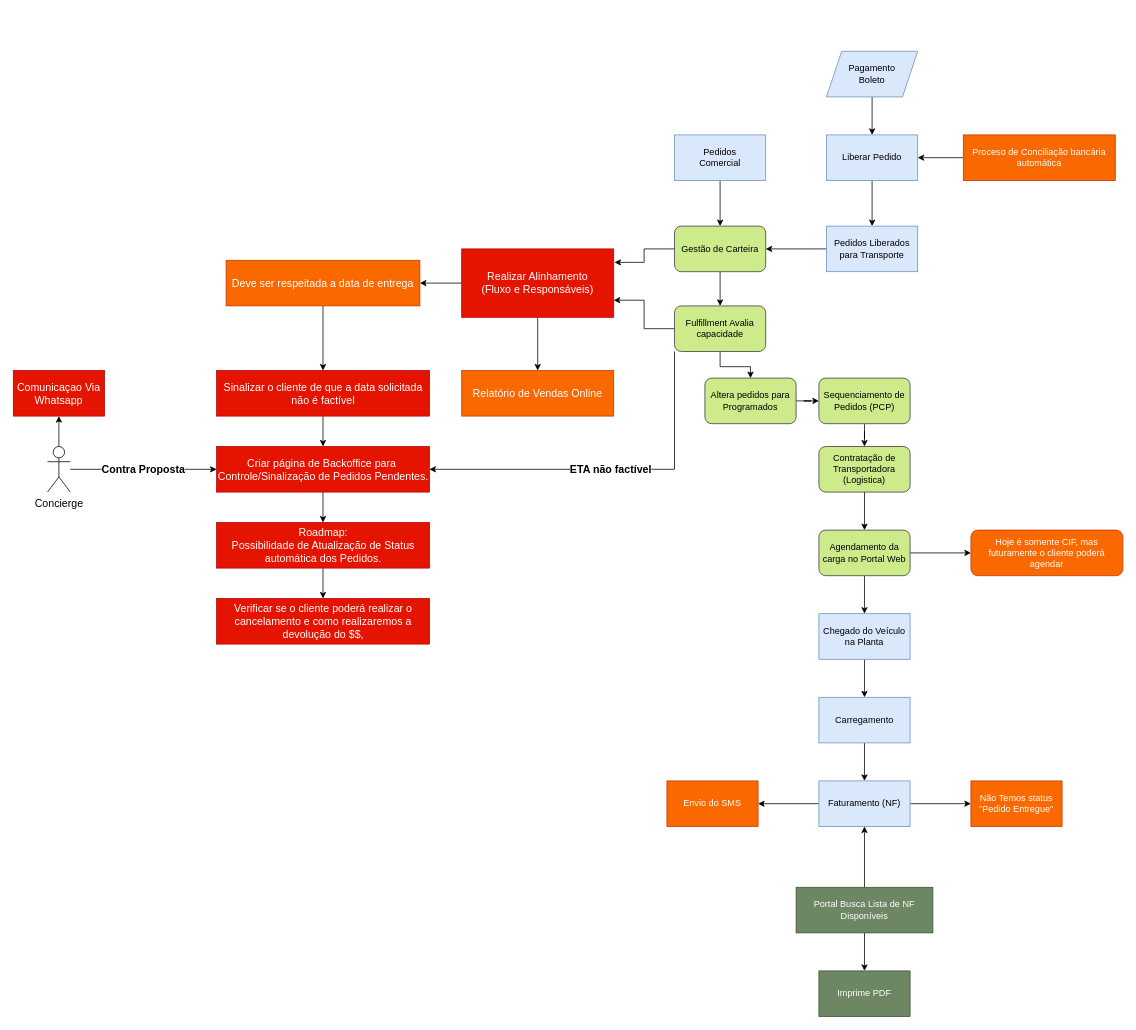
Before: page "Entrega" (2 of 7) of OnlineSales.v7.drawio in anlugifa/drawio, a draw.io diagram. Source tidied: cells renumbered, new cells numbered last; positions are measured from the earlier drawing's top-left corner, leaving out a move shared by most shapes. Both pictures are drawn from the tidied source at 76%, with x=0, y=0 at pixel (13, 51).
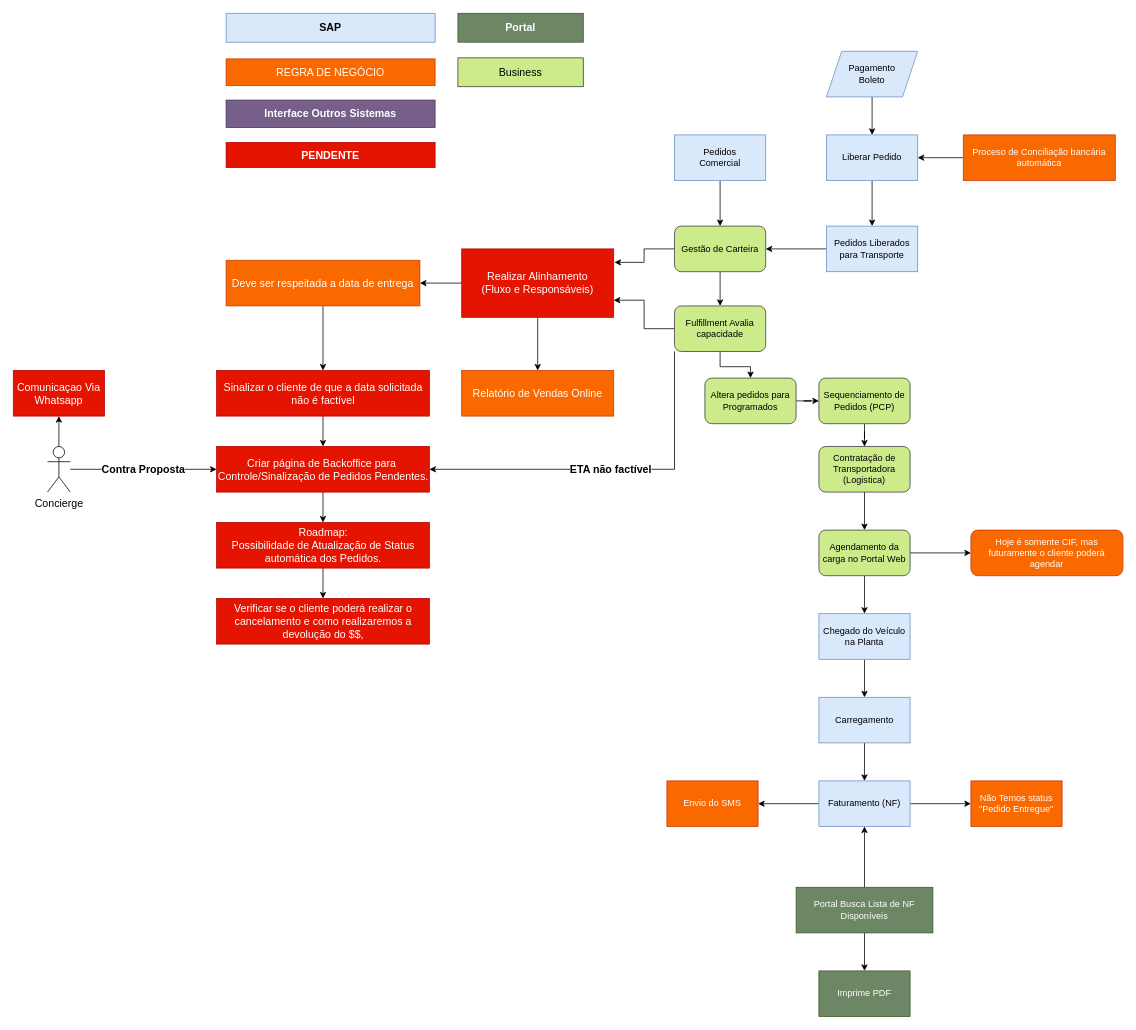
Above is the later version.

Diff of the diagram source:
```diff
@@
+    <mxCell id="59" value="&lt;div style=&quot;font-size: 14px&quot;&gt;REGRA DE NEGÓCIO&lt;/div&gt;" style="whiteSpace=wrap;html=1;fontStyle=0;strokeColor=#C73500;fillColor=#fa6800;fontColor=#ffffff;fontSize=14;fontFamily=Helvetica;" parent="1" vertex="1">
+      <mxGeometry x="280" y="10" width="275" height="35.2" as="geometry" />
+    </mxCell>
+    <mxCell id="60" value="Interface Outros Sistemas" style="whiteSpace=wrap;html=1;fontSize=14;fontStyle=1;strokeColor=#432D57;fillColor=#76608a;fontColor=#ffffff;fontFamily=Helvetica;" parent="1" vertex="1">
+      <mxGeometry x="280" y="64.2" width="275" height="36" as="geometry" />
+    </mxCell>
+    <mxCell id="61" value="&lt;p style=&quot;margin-top: 0pt ; margin-bottom: 0pt ; margin-left: 0in ; text-indent: 0in ; font-size: 14px&quot;&gt;&lt;b&gt;PENDENTE&lt;/b&gt;&lt;/p&gt;" style="whiteSpace=wrap;html=1;fillColor=#e51400;strokeColor=#B20000;fontStyle=0;fontSize=14;fontFamily=Helvetica;fontColor=#ffffff;" parent="1" vertex="1">
+      <mxGeometry x="280" y="120" width="275" height="33" as="geometry" />
+    </mxCell>
+    <mxCell id="62" value="SAP" style="whiteSpace=wrap;html=1;fontSize=14;fontStyle=1;strokeColor=#6c8ebf;fillColor=#dae8fc;fontFamily=Helvetica;" parent="1" vertex="1">
+      <mxGeometry x="280" y="-50" width="275" height="38" as="geometry" />
+    </mxCell>
+    <mxCell id="63" value="Portal" style="whiteSpace=wrap;html=1;fontSize=14;fontStyle=1;strokeColor=#3A5431;fillColor=#6d8764;fontFamily=Helvetica;fontColor=#ffffff;" parent="1" vertex="1">
+      <mxGeometry x="585" y="-50" width="165" height="38" as="geometry" />
+    </mxCell>
+    <mxCell id="64" value="Business" style="whiteSpace=wrap;html=1;fontSize=14;fontStyle=0;strokeColor=#36393d;fillColor=#cdeb8b;fontFamily=Helvetica;" parent="1" vertex="1">
+      <mxGeometry x="585" y="8.6" width="165" height="38" as="geometry" />
+    </mxCell>
```
